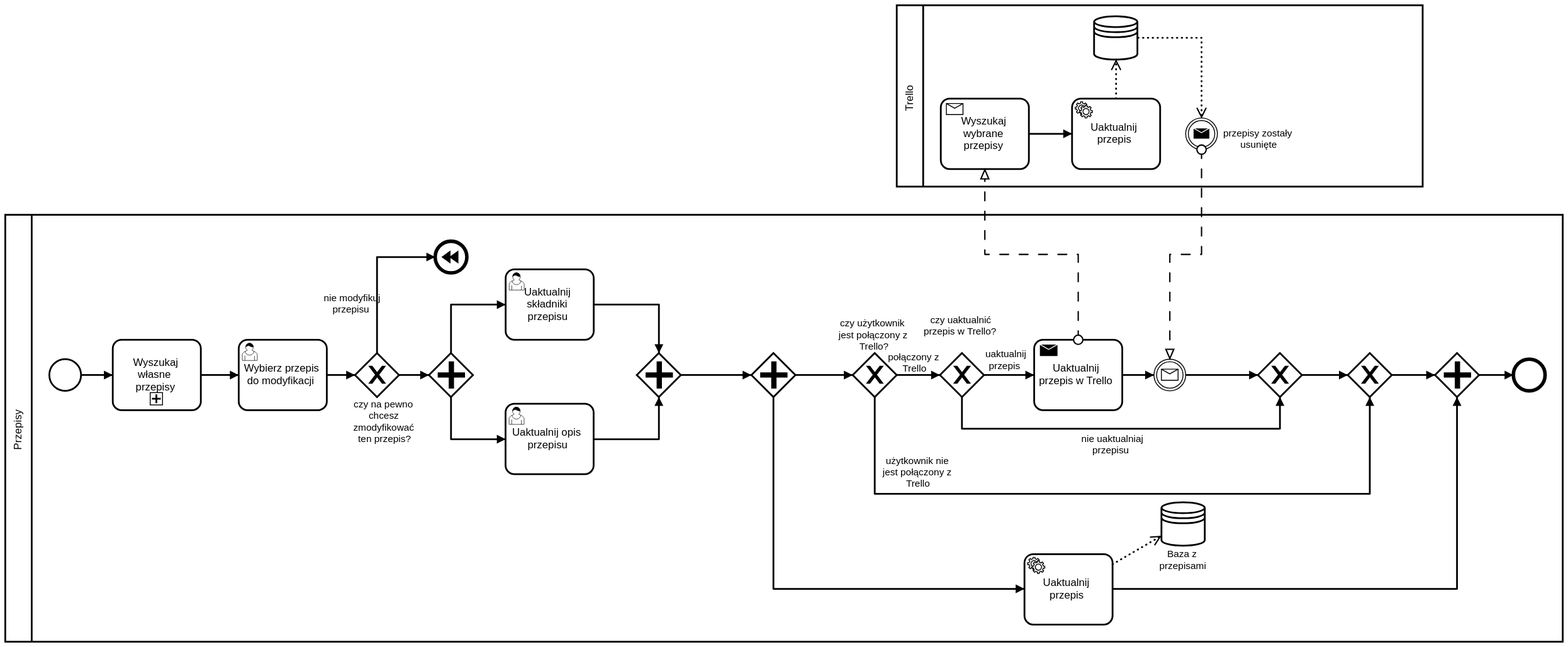
SebastianLasisz/Przepisy keeps this BPMN diagram as doc/diagramy/modyfikacja_przepisu.svg. Above is the earlier version. Its source is kept beside it as doc/diagramy/modyfikacja_przepisu.bpmn. Ids are renumbered.
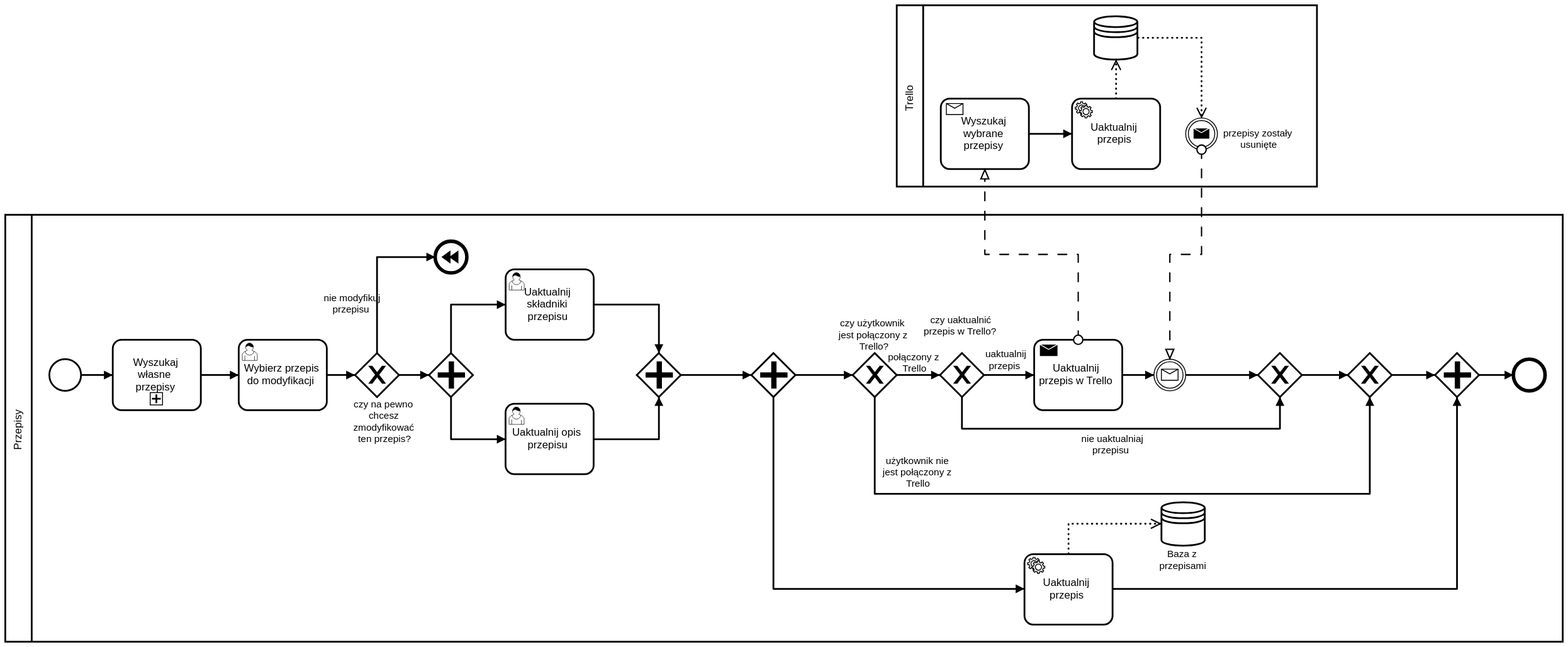
Later version of the same file.

Commit message:
Upload of 'modyfikacja przepisu' diagram

The edit, as a diff of the source:
```diff
@@ -173,7 +173,7 @@
         </bpmndi:BPMNLabel>
       </bpmndi:BPMNEdge>
       <bpmndi:BPMNShape id="Participant_n3_di" bpmnElement="Participant_n3">
-        <dc:Bounds x="1149" y="-335" width="597" height="206" />
+        <dc:Bounds x="1149" y="-335" width="477" height="206" />
       </bpmndi:BPMNShape>
       <bpmndi:BPMNShape id="ExclusiveGateway_n22_di" bpmnElement="ExclusiveGateway_n22" isMarkerVisible="true">
         <dc:Bounds x="1099" y="60" width="50" height="50" />
@@ -404,8 +404,9 @@
         </bpmndi:BPMNLabel>
       </bpmndi:BPMNShape>
       <bpmndi:BPMNEdge id="DataOutputAssociation_n39_di" bpmnElement="DataOutputAssociation_n39">
-        <di:waypoint xsi:type="dc:Point" x="1394" y="300" />
-        <di:waypoint xsi:type="dc:Point" x="1449" y="268" />
+        <di:waypoint xsi:type="dc:Point" x="1344" y="288" />
+        <di:waypoint xsi:type="dc:Point" x="1344" y="254" />
+        <di:waypoint xsi:type="dc:Point" x="1449" y="254" />
       </bpmndi:BPMNEdge>
       <bpmndi:BPMNEdge id="SequenceFlow_n38_di" bpmnElement="SequenceFlow_n38">
         <di:waypoint xsi:type="dc:Point" x="1394" y="328" />
```
